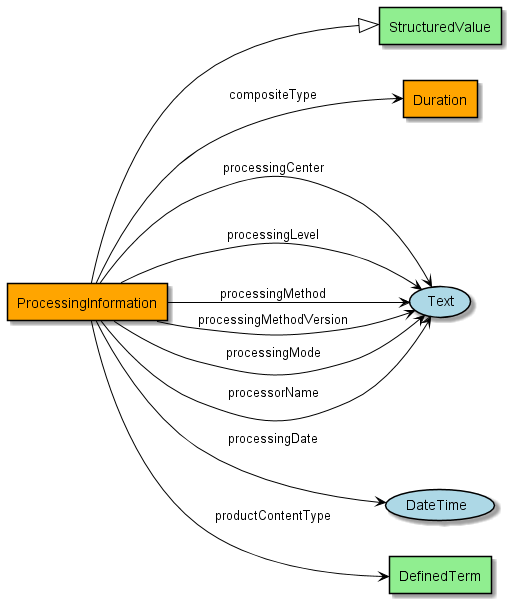
The PlantUML diagram series/diagrams/diagram-ProcessingInformation.png in eovoc/eo-on-schema.org, before a commit.
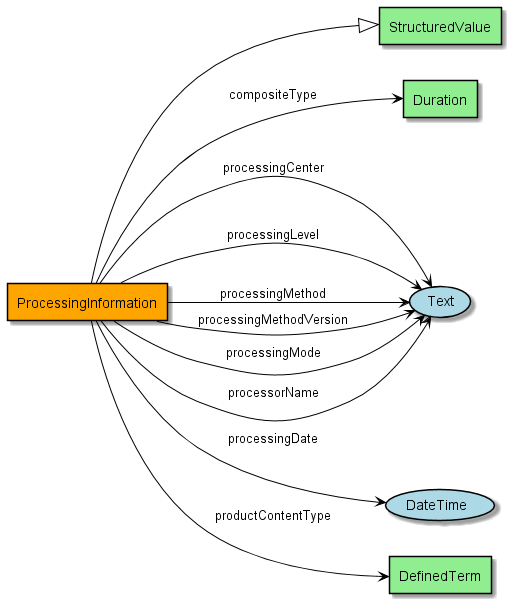
The same file after the commit.

Change to the diagram source:
```diff
@@ -5,7 +5,7 @@
 ProcessingInformation --|> StructuredValue
 Class ProcessingInformation #orange
 Class ProcessingInformation #orange
-Class Duration #orange
+Class Duration
 ProcessingInformation --> Duration : "compositeType"
 Class ProcessingInformation #orange
 ProcessingInformation --> (Text) : "processingCenter"
```
